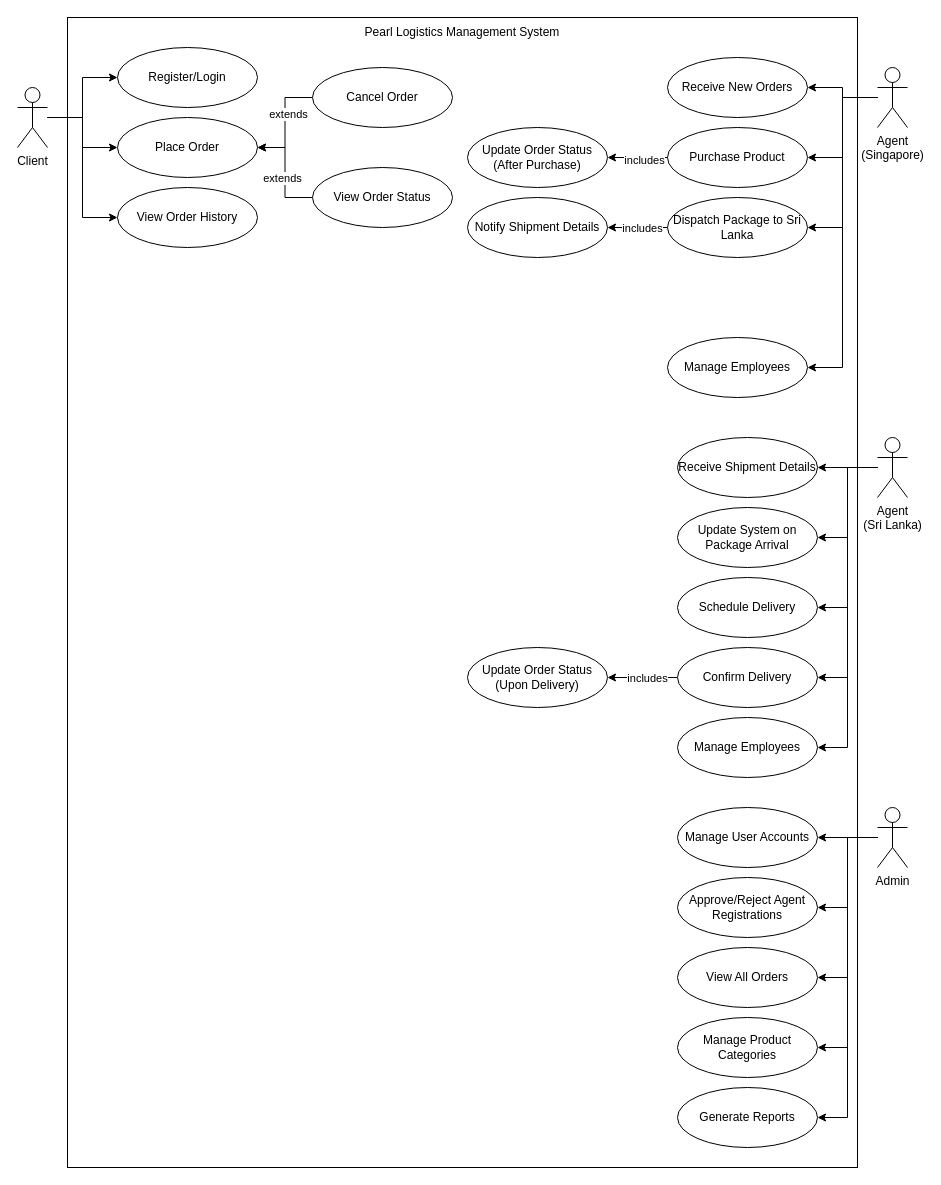
The draw.io diagram diagrams/Usecase.drawio in K-M-Shehan/software-design-docs, before the edit. Source tidied: cells renumbered, new cells numbered last; positions are measured from the earlier drawing's top-left corner, leaving out a move shared by most shapes. Both pictures are drawn from the tidied source at 100%, with x=0, y=0 at pixel (17, 17).
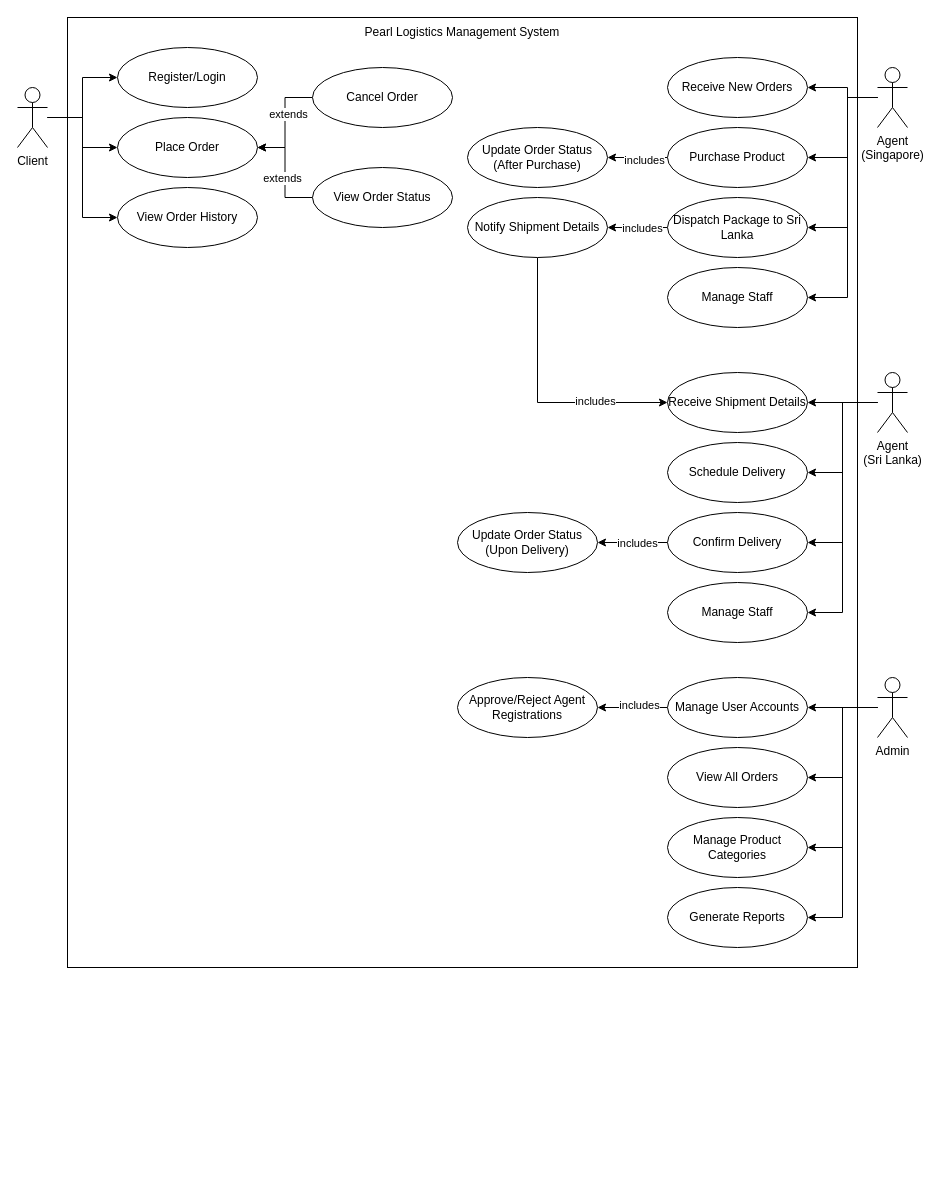
Above is the later version.

Unchanged cells that the change refers to:
```xml
<mxCell id="18" value="&lt;div&gt;Agent&lt;/div&gt;&lt;div&gt;(Singapore)&lt;/div&gt;" style="shape=umlActor;verticalLabelPosition=bottom;verticalAlign=top;html=1;" parent="1" vertex="1">
  <mxGeometry x="860" y="50" width="30" height="60" as="geometry" />
</mxCell>
<mxCell id="33" value="Notify Shipment Details" style="ellipse;whiteSpace=wrap;html=1;" parent="1" vertex="1">
  <mxGeometry x="450" y="180" width="140" height="60" as="geometry" />
</mxCell>
<mxCell id="36" value="Dispatch Package to Sri Lanka" style="ellipse;whiteSpace=wrap;html=1;" parent="1" vertex="1">
  <mxGeometry x="650" y="180" width="140" height="60" as="geometry" />
</mxCell>
<mxCell id="40" value="Purchase Product" style="ellipse;whiteSpace=wrap;html=1;" parent="1" vertex="1">
  <mxGeometry x="650" y="110" width="140" height="60" as="geometry" />
</mxCell>
<mxCell id="41" value="Receive New Orders" style="ellipse;whiteSpace=wrap;html=1;" parent="1" vertex="1">
  <mxGeometry x="650" y="40" width="140" height="60" as="geometry" />
</mxCell>
```

The edit, as a diff of the source:
```diff
@@
-    <mxCell id="3" style="edgeStyle=orthogonalEdgeStyle;rounded=0;jettySize=auto;html=1;entryX=1;entryY=0.5;entryDx=0;entryDy=0;" parent="1" edge="1" source="7" target="53">
-      <mxGeometry relative="1" as="geometry" />
-    </mxCell>
@@
     <mxCell id="7" value="Admin" style="shape=umlActor;verticalLabelPosition=bottom;verticalAlign=top;html=1;" parent="1" vertex="1">
-      <mxGeometry x="860" y="790" width="30" height="60" as="geometry" />
+      <mxGeometry x="860" y="660" width="30" height="60" as="geometry" />
     </mxCell>
@@
-    <mxCell id="9" style="edgeStyle=orthogonalEdgeStyle;rounded=0;jettySize=auto;html=1;entryX=1;entryY=0.5;entryDx=0;entryDy=0;" parent="1" edge="1" source="13" target="48">
-      <mxGeometry relative="1" as="geometry" />
-    </mxCell>
@@
     <mxCell id="13" value="&lt;div&gt;Agent&lt;/div&gt;&lt;div&gt;(Sri Lanka)&lt;/div&gt;" style="shape=umlActor;verticalLabelPosition=bottom;verticalAlign=top;html=1;" parent="1" vertex="1">
-      <mxGeometry x="860" y="420" width="30" height="60" as="geometry" />
+      <mxGeometry x="860" y="355" width="30" height="60" as="geometry" />
     </mxCell>
     <mxCell id="14" style="edgeStyle=orthogonalEdgeStyle;rounded=0;jettySize=auto;html=1;entryX=1;entryY=0.5;entryDx=0;entryDy=0;" parent="1" edge="1" source="18" target="41">
-      <mxGeometry relative="1" as="geometry" />
+      <mxGeometry relative="1" as="geometry">
+        <Array as="points">
+          <mxPoint x="830" y="80" />
+          <mxPoint x="830" y="70" />
+        </Array>
+      </mxGeometry>
     </mxCell>
     <mxCell id="15" style="edgeStyle=orthogonalEdgeStyle;rounded=0;jettySize=auto;html=1;entryX=1;entryY=0.5;entryDx=0;entryDy=0;" parent="1" edge="1" source="18" target="40">
-      <mxGeometry relative="1" as="geometry" />
+      <mxGeometry relative="1" as="geometry">
+        <Array as="points">
+          <mxPoint x="830" y="80" />
+          <mxPoint x="830" y="140" />
+        </Array>
+      </mxGeometry>
     </mxCell>
     <mxCell id="16" style="edgeStyle=orthogonalEdgeStyle;rounded=0;jettySize=auto;html=1;entryX=1;entryY=0.5;entryDx=0;entryDy=0;" parent="1" edge="1" source="18" target="36">
-      <mxGeometry relative="1" as="geometry" />
+      <mxGeometry relative="1" as="geometry">
+        <Array as="points">
+          <mxPoint x="830" y="80" />
+          <mxPoint x="830" y="210" />
+        </Array>
+      </mxGeometry>
     </mxCell>
     <mxCell id="17" style="edgeStyle=orthogonalEdgeStyle;rounded=0;jettySize=auto;html=1;entryX=1;entryY=0.5;entryDx=0;entryDy=0;" parent="1" edge="1" source="18" target="32">
-      <mxGeometry relative="1" as="geometry" />
+      <mxGeometry relative="1" as="geometry">
+        <Array as="points">
+          <mxPoint x="830" y="80" />
+          <mxPoint x="830" y="280" />
+        </Array>
+      </mxGeometry>
     </mxCell>
@@
-    <mxCell id="32" value="Manage Employees" style="ellipse;whiteSpace=wrap;html=1;" parent="1" vertex="1">
-      <mxGeometry x="650" y="320" width="140" height="60" as="geometry" />
+    <mxCell id="32" value="Manage Staff" style="ellipse;whiteSpace=wrap;html=1;" parent="1" vertex="1">
+      <mxGeometry x="650" y="250" width="140" height="60" as="geometry" />
     </mxCell>
+    <mxCell id="57" style="edgeStyle=orthogonalEdgeStyle;rounded=0;jettySize=auto;html=1;entryX=0;entryY=0.5;entryDx=0;entryDy=0;" parent="1" edge="1" source="33" target="49">
+      <mxGeometry relative="1" as="geometry">
+        <Array as="points">
+          <mxPoint x="520" y="385" />
+        </Array>
+      </mxGeometry>
+    </mxCell>
+    <mxCell id="58" value="includes" style="edgeLabel;html=1;align=center;verticalAlign=middle;" parent="57" vertex="1">
+      <mxGeometry x="0.46" y="2" relative="1" as="geometry">
+        <mxPoint x="1" as="offset" />
+      </mxGeometry>
+    </mxCell>
@@
-    <mxCell id="42" value="Manage Employees" style="ellipse;whiteSpace=wrap;html=1;" parent="1" vertex="1">
-      <mxGeometry x="660" y="700" width="140" height="60" as="geometry" />
+    <mxCell id="42" value="Manage Staff" style="ellipse;whiteSpace=wrap;html=1;" parent="1" vertex="1">
+      <mxGeometry x="650" y="565" width="140" height="60" as="geometry" />
     </mxCell>
     <mxCell id="43" value="&lt;div&gt;Update Order Status&lt;/div&gt;&lt;div&gt;(Upon Delivery)&lt;/div&gt;" style="ellipse;whiteSpace=wrap;html=1;" parent="1" vertex="1">
-      <mxGeometry x="450" y="630" width="140" height="60" as="geometry" />
+      <mxGeometry x="440" y="495" width="140" height="60" as="geometry" />
     </mxCell>
@@
     <mxCell id="46" value="Confirm Delivery" style="ellipse;whiteSpace=wrap;html=1;" parent="1" vertex="1">
-      <mxGeometry x="660" y="630" width="140" height="60" as="geometry" />
+      <mxGeometry x="650" y="495" width="140" height="60" as="geometry" />
     </mxCell>
     <mxCell id="47" value="&lt;div&gt;Schedule Delivery&lt;/div&gt;" style="ellipse;whiteSpace=wrap;html=1;" parent="1" vertex="1">
-      <mxGeometry x="660" y="560" width="140" height="60" as="geometry" />
+      <mxGeometry x="650" y="425" width="140" height="60" as="geometry" />
     </mxCell>
-    <mxCell id="48" value="&lt;div&gt;Update System on Package Arrival&lt;/div&gt;" style="ellipse;whiteSpace=wrap;html=1;" parent="1" vertex="1">
-      <mxGeometry x="660" y="490" width="140" height="60" as="geometry" />
-    </mxCell>
     <mxCell id="49" value="Receive Shipment Details" style="ellipse;whiteSpace=wrap;html=1;" parent="1" vertex="1">
-      <mxGeometry x="660" y="420" width="140" height="60" as="geometry" />
+      <mxGeometry x="650" y="355" width="140" height="60" as="geometry" />
     </mxCell>
     <mxCell id="50" value="Generate Reports" style="ellipse;whiteSpace=wrap;html=1;" parent="1" vertex="1">
-      <mxGeometry x="660" y="1070" width="140" height="60" as="geometry" />
+      <mxGeometry x="650" y="870" width="140" height="60" as="geometry" />
     </mxCell>
     <mxCell id="51" value="Manage Product Categories" style="ellipse;whiteSpace=wrap;html=1;" parent="1" vertex="1">
-      <mxGeometry x="660" y="1000" width="140" height="60" as="geometry" />
+      <mxGeometry x="650" y="800" width="140" height="60" as="geometry" />
     </mxCell>
     <mxCell id="52" value="View All Orders" style="ellipse;whiteSpace=wrap;html=1;" parent="1" vertex="1">
-      <mxGeometry x="660" y="930" width="140" height="60" as="geometry" />
+      <mxGeometry x="650" y="730" width="140" height="60" as="geometry" />
     </mxCell>
     <mxCell id="53" value="Approve/Reject Agent Registrations" style="ellipse;whiteSpace=wrap;html=1;" parent="1" vertex="1">
-      <mxGeometry x="660" y="860" width="140" height="60" as="geometry" />
+      <mxGeometry x="440" y="660" width="140" height="60" as="geometry" />
     </mxCell>
+    <mxCell id="59" style="edgeStyle=orthogonalEdgeStyle;rounded=0;jettySize=auto;html=1;entryX=1;entryY=0.5;entryDx=0;entryDy=0;" parent="1" edge="1" source="54" target="53">
+      <mxGeometry relative="1" as="geometry" />
+    </mxCell>
+    <mxCell id="60" value="includes" style="edgeLabel;html=1;align=center;verticalAlign=middle;" parent="59" vertex="1">
+      <mxGeometry x="-0.17" y="-3" relative="1" as="geometry" />
+    </mxCell>
     <mxCell id="54" value="Manage User Accounts" style="ellipse;whiteSpace=wrap;html=1;" parent="1" vertex="1">
-      <mxGeometry x="660" y="790" width="140" height="60" as="geometry" />
+      <mxGeometry x="650" y="660" width="140" height="60" as="geometry" />
     </mxCell>
     <mxCell id="55" style="rounded=0;whiteSpace=wrap;html=1;fillColor=none;" parent="1" vertex="1">
-      <mxGeometry x="50" width="790" height="1150" as="geometry" />
+      <mxGeometry x="50" width="790" height="950" as="geometry" />
     </mxCell>
```
